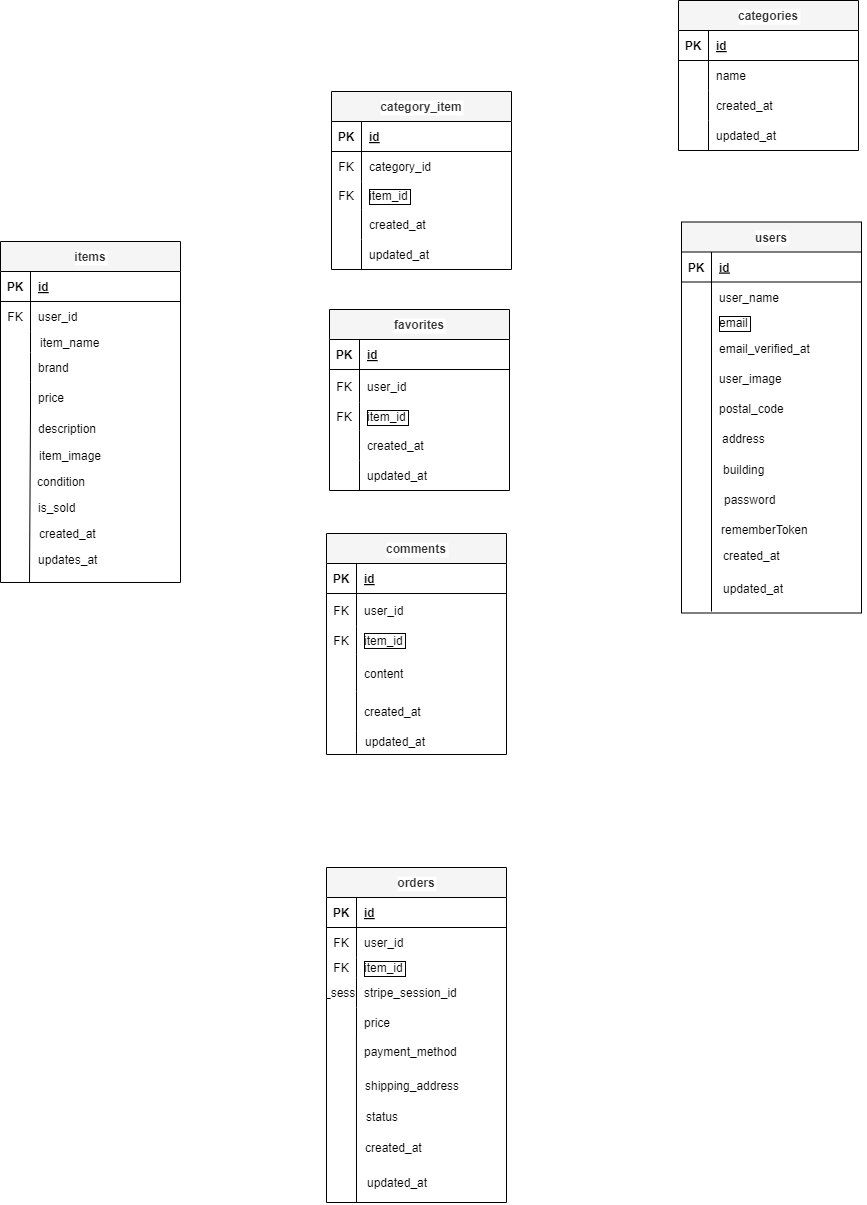
hisako-ito/flea_market_app keeps this draw.io diagram as flea_market_app.drawio.png. Above is the earlier version. Source tidied: cells renumbered, new cells last; positions are measured from the earlier drawing's top-left corner, leaving out a move shared by most shapes.
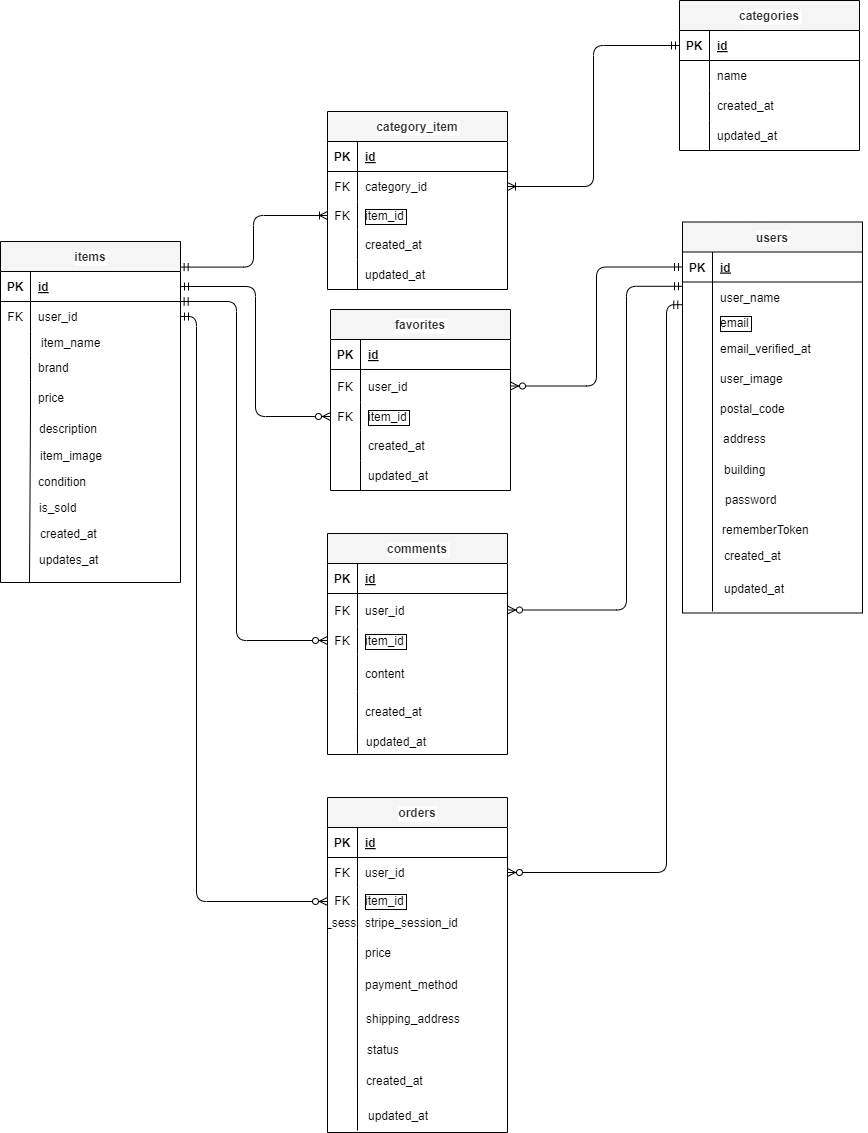
The same file after the commit.

What changed in the source:
```diff
@@ -120,7 +120,7 @@
       </mxGeometry>
     </mxCell>
     <mxCell id="40" value="items" style="shape=table;startSize=30;rowLines=0;fontStyle=1;align=center;strokeColor=#000000;labelBackgroundColor=#FFFFFF;labelBorderColor=none;fillColor=#f5f5f5;fontColor=#333333;swimlaneFillColor=#FFFFFF;" parent="1" vertex="1">
-      <mxGeometry y="241" width="180" height="341" as="geometry" />
+      <mxGeometry x="-1" y="241" width="180" height="341" as="geometry" />
     </mxCell>
     <mxCell id="41" style="shape=tableRow;horizontal=0;startSize=0;swimlaneHead=0;swimlaneBody=0;fillColor=none;points=[[0,0.5],[1,0.5]];portConstraint=eastwest;top=0;left=0;right=0;bottom=1;strokeColor=#000000;" parent="40" vertex="1">
       <mxGeometry y="30" width="180" height="30" as="geometry" />
@@ -196,12 +196,12 @@
     </mxCell>
     <mxCell id="65" style="endArrow=none;html=1;strokeColor=#000000;fontColor=#000000;" parent="1" edge="1">
       <mxGeometry relative="1" as="geometry">
-        <mxPoint x="29" y="582" as="sourcePoint" />
-        <mxPoint x="30" y="411" as="targetPoint" />
+        <mxPoint x="28" y="582" as="sourcePoint" />
+        <mxPoint x="29" y="411" as="targetPoint" />
       </mxGeometry>
     </mxCell>
     <mxCell id="66" value="category_item" style="shape=table;startSize=30;rowLines=0;fontStyle=1;align=center;strokeColor=#000000;labelBackgroundColor=#FFFFFF;labelBorderColor=none;fillColor=#f5f5f5;fontColor=#333333;swimlaneFillColor=#FFFFFF;" parent="1" vertex="1">
-      <mxGeometry x="331" y="91" width="180" height="178" as="geometry" />
+      <mxGeometry x="326" y="111" width="180" height="178" as="geometry" />
     </mxCell>
     <mxCell id="67" style="shape=tableRow;horizontal=0;startSize=0;swimlaneHead=0;swimlaneBody=0;fillColor=none;top=0;left=0;right=0;bottom=1;strokeColor=#000000;" parent="66" vertex="1">
       <mxGeometry y="30" width="180" height="30" as="geometry" />
@@ -399,7 +399,7 @@
       </mxGeometry>
     </mxCell>
     <mxCell id="131" value="orders" style="shape=table;startSize=30;rowLines=0;fontStyle=1;align=center;strokeColor=#000000;labelBackgroundColor=#FFFFFF;labelBorderColor=none;fillColor=#f5f5f5;fontColor=#333333;swimlaneFillColor=#FFFFFF;" parent="1" vertex="1">
-      <mxGeometry x="326" y="867" width="180" height="335" as="geometry" />
+      <mxGeometry x="326" y="797" width="180" height="335" as="geometry" />
     </mxCell>
     <mxCell id="132" style="shape=tableRow;horizontal=0;startSize=0;swimlaneHead=0;swimlaneBody=0;fillColor=none;top=0;left=0;right=0;bottom=1;strokeColor=#000000;" parent="131" vertex="1">
       <mxGeometry y="30" width="180" height="30" as="geometry" />
@@ -447,13 +447,13 @@
       <mxGeometry x="30" width="150" height="30" as="geometry" />
     </mxCell>
     <mxCell id="147" value="FK" style="shape=partialRectangle;fillColor=none;top=0;left=0;bottom=0;right=0;overflow=hidden;fontColor=#000000;" parent="1" vertex="1">
-      <mxGeometry x="326" y="953" width="30" height="28" as="geometry" />
+      <mxGeometry x="326" y="886" width="30" height="28" as="geometry" />
     </mxCell>
     <mxCell id="148" value="item_id" style="shape=partialRectangle;fillColor=none;top=0;left=0;bottom=0;right=0;align=left;spacingLeft=6;overflow=hidden;labelBorderColor=default;fontColor=#000000;shadow=0;strokeColor=#000000;" parent="1" vertex="1">
-      <mxGeometry x="356" y="953" width="150" height="28" as="geometry" />
+      <mxGeometry x="356" y="886" width="150" height="28" as="geometry" />
     </mxCell>
     <mxCell id="149" style="shape=table;startSize=0;rowLines=0;fontStyle=0;align=center;strokeColor=none;fillColor=none;shadow=0;labelBackgroundColor=#FFFFFF;labelBorderColor=none;fontColor=#000000;" parent="1" vertex="1">
-      <mxGeometry x="326" y="1036" width="180" height="30" as="geometry" />
+      <mxGeometry x="326" y="969" width="180" height="30" as="geometry" />
     </mxCell>
     <mxCell id="150" style="shape=tableRow;horizontal=0;startSize=0;swimlaneHead=0;swimlaneBody=0;fillColor=none;top=0;left=0;right=0;bottom=0;shadow=0;labelBackgroundColor=#FFFFFF;labelBorderColor=none;strokeColor=#FFFFFF;fontColor=#000000;" parent="149" vertex="1">
       <mxGeometry width="180" height="30" as="geometry" />
@@ -465,7 +465,7 @@
       <mxGeometry x="30" width="150" height="30" as="geometry" />
     </mxCell>
     <mxCell id="153" style="shape=table;startSize=0;rowLines=0;fontStyle=0;align=center;strokeColor=none;fillColor=none;shadow=0;labelBackgroundColor=#FFFFFF;labelBorderColor=none;fontColor=#000000;" parent="1" vertex="1">
-      <mxGeometry x="327" y="1070" width="180" height="30" as="geometry" />
+      <mxGeometry x="327" y="1003" width="180" height="30" as="geometry" />
     </mxCell>
     <mxCell id="154" style="shape=tableRow;horizontal=0;startSize=0;swimlaneHead=0;swimlaneBody=0;fillColor=none;top=0;left=0;right=0;bottom=0;shadow=0;labelBackgroundColor=#FFFFFF;labelBorderColor=none;strokeColor=#FFFFFF;fontColor=#000000;" parent="153" vertex="1">
       <mxGeometry width="180" height="30" as="geometry" />
@@ -477,7 +477,7 @@
       <mxGeometry x="30" width="150" height="30" as="geometry" />
     </mxCell>
     <mxCell id="157" style="shape=table;startSize=0;rowLines=0;fontStyle=0;align=center;strokeColor=none;fillColor=none;shadow=0;labelBackgroundColor=#FFFFFF;labelBorderColor=none;fontColor=#000000;" parent="1" vertex="1">
-      <mxGeometry x="328" y="1101" width="180" height="30" as="geometry" />
+      <mxGeometry x="328" y="1034" width="180" height="30" as="geometry" />
     </mxCell>
     <mxCell id="158" style="shape=tableRow;horizontal=0;startSize=0;swimlaneHead=0;swimlaneBody=0;fillColor=none;top=0;left=0;right=0;bottom=0;shadow=0;labelBackgroundColor=#FFFFFF;labelBorderColor=none;strokeColor=#FFFFFF;fontColor=#000000;" parent="157" vertex="1">
       <mxGeometry width="180" height="30" as="geometry" />
@@ -489,7 +489,7 @@
       <mxGeometry x="30" width="150" height="30" as="geometry" />
     </mxCell>
     <mxCell id="161" style="shape=table;startSize=0;rowLines=0;fontStyle=0;align=center;strokeColor=none;fillColor=none;shadow=0;labelBackgroundColor=#FFFFFF;labelBorderColor=none;fontColor=#000000;" parent="1" vertex="1">
-      <mxGeometry x="327" y="1132" width="180" height="30" as="geometry" />
+      <mxGeometry x="327" y="1065" width="180" height="30" as="geometry" />
     </mxCell>
     <mxCell id="162" style="shape=tableRow;horizontal=0;startSize=0;swimlaneHead=0;swimlaneBody=0;fillColor=none;top=0;left=0;right=0;bottom=0;shadow=0;labelBackgroundColor=#FFFFFF;labelBorderColor=none;strokeColor=#FFFFFF;fontColor=#000000;" parent="161" vertex="1">
       <mxGeometry width="180" height="30" as="geometry" />
@@ -501,7 +501,7 @@
       <mxGeometry x="30" width="150" height="30" as="geometry" />
     </mxCell>
     <mxCell id="165" style="shape=table;startSize=0;rowLines=0;fontStyle=0;align=center;strokeColor=none;fillColor=none;shadow=0;labelBackgroundColor=#FFFFFF;labelBorderColor=none;fontColor=#000000;" parent="1" vertex="1">
-      <mxGeometry x="329" y="1167" width="180" height="30" as="geometry" />
+      <mxGeometry x="329" y="1100" width="180" height="30" as="geometry" />
     </mxCell>
     <mxCell id="166" style="shape=tableRow;horizontal=0;startSize=0;swimlaneHead=0;swimlaneBody=0;fillColor=none;top=0;left=0;right=0;bottom=0;shadow=0;labelBackgroundColor=#FFFFFF;labelBorderColor=none;strokeColor=#FFFFFF;fontColor=#000000;" parent="165" vertex="1">
       <mxGeometry width="180" height="30" as="geometry" />
@@ -514,9 +514,50 @@
     </mxCell>
     <mxCell id="169" style="endArrow=none;html=1;strokeColor=#000000;fontColor=#000000;entryX=0.172;entryY=-0.008;entryDx=0;entryDy=0;entryPerimeter=0;" parent="1" edge="1">
       <mxGeometry relative="1" as="geometry">
-        <mxPoint x="356" y="1202" as="sourcePoint" />
-        <mxPoint x="356" y="1035.8" as="targetPoint" />
+        <mxPoint x="356" y="1130" as="sourcePoint" />
+        <mxPoint x="356" y="963.8" as="targetPoint" />
       </mxGeometry>
     </mxCell>
+    <mxCell id="170" style="edgeStyle=elbowEdgeStyle;fontSize=12;html=1;endArrow=ERoneToMany;startArrow=ERmandOne;strokeColor=#000000;entryX=0;entryY=0.5;entryDx=0;entryDy=0;exitX=0.998;exitY=-0.147;exitDx=0;exitDy=0;exitPerimeter=0;" parent="1" edge="1" source="41" target="73">
+      <mxGeometry relative="1" as="geometry" />
+    </mxCell>
+    <mxCell id="171" style="edgeStyle=elbowEdgeStyle;fontSize=12;html=1;endArrow=ERoneToMany;startArrow=ERmandOne;strokeColor=#000000;entryX=1;entryY=0.5;entryDx=0;entryDy=0;exitX=0;exitY=0.5;exitDx=0;exitDy=0;" parent="1" edge="1" source="99" target="70">
+      <mxGeometry relative="1" as="geometry" />
+    </mxCell>
+    <mxCell id="172" style="edgeStyle=elbowEdgeStyle;fontSize=12;html=1;endArrow=ERzeroToMany;startArrow=ERmandOne;strokeColor=#000000;entryX=0;entryY=0.5;entryDx=0;entryDy=0;exitX=1;exitY=0.5;exitDx=0;exitDy=0;" parent="1" edge="1" source="41" target="89">
+      <mxGeometry relative="1" as="geometry" />
+    </mxCell>
+    <mxCell id="173" style="edgeStyle=elbowEdgeStyle;fontSize=12;html=1;endArrow=ERzeroToMany;startArrow=ERmandOne;strokeColor=#000000;entryX=1;entryY=0.5;entryDx=0;entryDy=0;exitX=0;exitY=0.5;exitDx=0;exitDy=0;" parent="1" edge="1" source="3" target="86">
+      <mxGeometry relative="1" as="geometry" />
+    </mxCell>
+    <mxCell id="174" style="edgeStyle=elbowEdgeStyle;fontSize=12;html=1;endArrow=ERzeroToMany;startArrow=ERmandOne;strokeColor=#000000;exitX=0.998;exitY=1;exitDx=0;exitDy=0;entryX=0;entryY=0.5;entryDx=0;entryDy=0;exitPerimeter=0;" parent="1" edge="1" source="41" target="118">
+      <mxGeometry relative="1" as="geometry">
+        <Array as="points">
+          <mxPoint x="235" y="472" />
+        </Array>
+      </mxGeometry>
+    </mxCell>
+    <mxCell id="175" style="edgeStyle=elbowEdgeStyle;fontSize=12;html=1;endArrow=ERzeroToMany;startArrow=ERmandOne;strokeColor=#000000;entryX=1;entryY=0.5;entryDx=0;entryDy=0;exitX=0;exitY=0.143;exitDx=0;exitDy=0;exitPerimeter=0;" parent="1" edge="1" source="6" target="115">
+      <mxGeometry relative="1" as="geometry">
+        <Array as="points">
+          <mxPoint x="625" y="452" />
+        </Array>
+      </mxGeometry>
+    </mxCell>
+    <mxCell id="176" style="edgeStyle=elbowEdgeStyle;fontSize=12;html=1;endArrow=ERzeroToMany;startArrow=ERmandOne;strokeColor=#000000;exitX=1;exitY=0.5;exitDx=0;exitDy=0;entryX=0;entryY=0.5;entryDx=0;entryDy=0;" parent="1" edge="1" source="44">
+      <mxGeometry relative="1" as="geometry">
+        <mxPoint x="326" y="901" as="targetPoint" />
+        <Array as="points">
+          <mxPoint x="195" y="742" />
+        </Array>
+      </mxGeometry>
+    </mxCell>
+    <mxCell id="177" style="edgeStyle=elbowEdgeStyle;fontSize=12;html=1;endArrow=ERzeroToMany;startArrow=ERmandOne;strokeColor=#000000;exitX=-0.004;exitY=0.757;exitDx=0;exitDy=0;entryX=1;entryY=0.5;entryDx=0;entryDy=0;exitPerimeter=0;" parent="1" edge="1" source="6" target="135">
+      <mxGeometry relative="1" as="geometry">
+        <Array as="points">
+          <mxPoint x="665" y="622" />
+        </Array>
+      </mxGeometry>
+    </mxCell>
   </root>
 </mxGraphModel>
```
